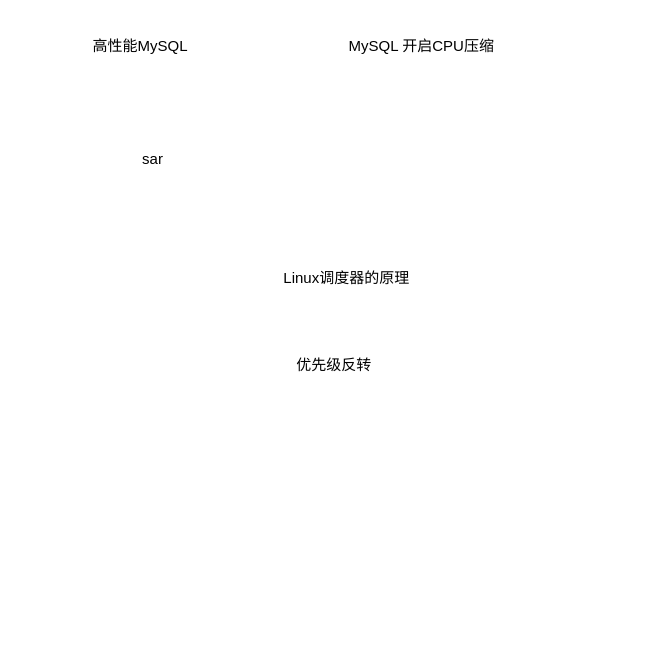
This is Trick.drawio from haoboliu66/Diagram, a draw.io file, before an edit. Source tidied: cells renumbered, new cells numbered last; positions are measured from the earlier drawing's top-left corner, leaving out a move shared by most shapes. Both pictures are drawn from the tidied source at 125%, with x=0, y=0 at pixel (59, 21).
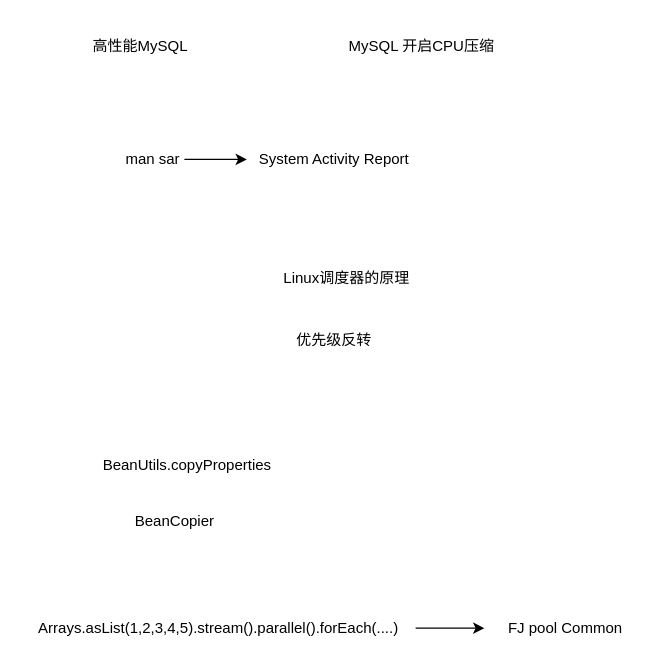
The same page after the edit.

Diff of the diagram source:
```diff
@@
 <mxGraphModel>
   <root>
     <mxCell id="0" />
     <mxCell id="1" parent="0" />
+    <mxCell id="7" style="edgeStyle=orthogonalEdgeStyle;rounded=0;jettySize=auto;html=1;" parent="1" edge="1" source="2" target="13">
+      <mxGeometry relative="1" as="geometry" />
+    </mxCell>
-    <mxCell id="2" value="sar" style="text;html=1;strokeColor=none;fillColor=none;align=center;verticalAlign=middle;whiteSpace=wrap;rounded=0;" parent="1" vertex="1">
+    <mxCell id="2" value="man sar" style="text;html=1;strokeColor=none;fillColor=none;align=center;verticalAlign=middle;whiteSpace=wrap;rounded=0;" parent="1" vertex="1">
       <mxGeometry x="50" y="100" width="50" height="20" as="geometry" />
     </mxCell>
     <mxCell id="3" value="高性能MySQL" style="text;html=1;strokeColor=none;fillColor=none;align=center;verticalAlign=middle;whiteSpace=wrap;rounded=0;" parent="1" vertex="1">
-      <mxGeometry width="130" height="40" as="geometry" />
+      <mxGeometry y="5" width="130" height="30" as="geometry" />
     </mxCell>
     <mxCell id="4" value="MySQL 开启CPU压缩" style="text;html=1;strokeColor=none;fillColor=none;align=center;verticalAlign=middle;whiteSpace=wrap;rounded=0;" parent="1" vertex="1">
       <mxGeometry x="230" y="5" width="120" height="30" as="geometry" />
     </mxCell>
     <mxCell id="5" value="优先级反转" style="text;html=1;strokeColor=none;fillColor=none;align=center;verticalAlign=middle;whiteSpace=wrap;rounded=0;" parent="1" vertex="1">
-      <mxGeometry x="160" y="260" width="120" height="30" as="geometry" />
+      <mxGeometry x="160" y="240" width="120" height="30" as="geometry" />
     </mxCell>
     <mxCell id="6" value="Linux调度器的原理" style="text;html=1;strokeColor=none;fillColor=none;align=center;verticalAlign=middle;whiteSpace=wrap;rounded=0;" parent="1" vertex="1">
       <mxGeometry x="170" y="190" width="120" height="30" as="geometry" />
     </mxCell>
+    <mxCell id="8" value="BeanUtils.copyProperties" style="text;html=1;strokeColor=none;fillColor=none;align=center;verticalAlign=middle;whiteSpace=wrap;rounded=0;" parent="1" vertex="1">
+      <mxGeometry x="5" y="340" width="195" height="30" as="geometry" />
+    </mxCell>
+    <mxCell id="9" value="BeanCopier" style="text;html=1;strokeColor=none;fillColor=none;align=center;verticalAlign=middle;whiteSpace=wrap;rounded=0;" parent="1" vertex="1">
+      <mxGeometry x="15" y="385" width="155" height="30" as="geometry" />
+    </mxCell>
+    <mxCell id="10" style="edgeStyle=orthogonalEdgeStyle;rounded=0;jettySize=auto;html=1;" parent="1" edge="1" source="11" target="12">
+      <mxGeometry relative="1" as="geometry" />
+    </mxCell>
+    <mxCell id="11" value="Arrays.asList(1,2,3,4,5).stream().parallel().forEach(....)" style="text;html=1;strokeColor=none;fillColor=none;align=center;verticalAlign=middle;whiteSpace=wrap;rounded=0;" parent="1" vertex="1">
+      <mxGeometry x="-30" y="470" width="315" height="30" as="geometry" />
+    </mxCell>
+    <mxCell id="12" value="FJ pool Common" style="text;html=1;strokeColor=none;fillColor=none;align=center;verticalAlign=middle;whiteSpace=wrap;rounded=0;" parent="1" vertex="1">
+      <mxGeometry x="340" y="470" width="130" height="30" as="geometry" />
+    </mxCell>
+    <mxCell id="13" value="System Activity Report" style="text;html=1;strokeColor=none;fillColor=none;align=center;verticalAlign=middle;whiteSpace=wrap;rounded=0;" parent="1" vertex="1">
+      <mxGeometry x="150" y="100" width="140" height="20" as="geometry" />
+    </mxCell>
   </root>
 </mxGraphModel>
```
